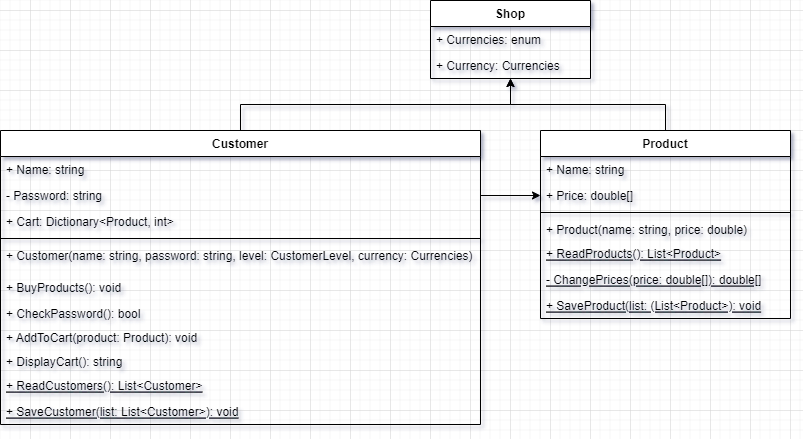
The draw.io diagram Labb2.drawio.png in thelilh/Labb2, before a commit. Source tidied: cells renumbered, new cells last; positions are measured from the earlier drawing's top-left corner, leaving out a move shared by most shapes.
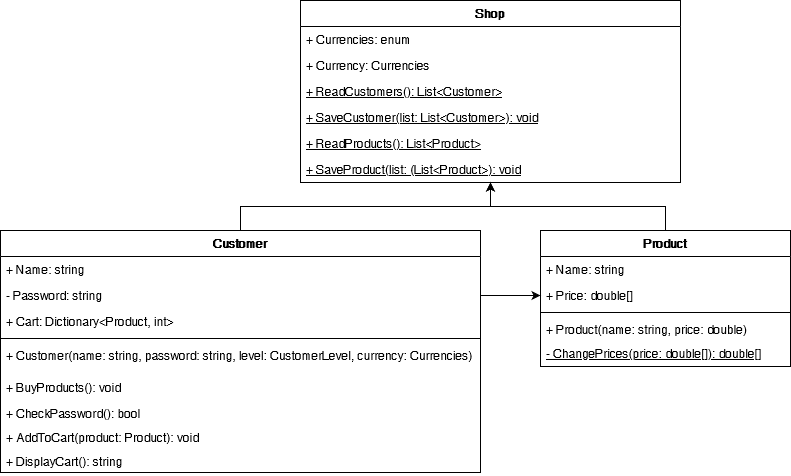
The same diagram one commit later.

Change to the diagram source:
```diff
@@ -9,7 +9,7 @@
       <mxGeometry relative="1" as="geometry" />
     </mxCell>
     <mxCell id="4" value="Customer" style="swimlane;fontStyle=1;align=center;verticalAlign=top;horizontal=1;startSize=26;" parent="1" vertex="1">
-      <mxGeometry y="130" width="480" height="294" as="geometry" />
+      <mxGeometry y="130" width="480" height="242" as="geometry" />
     </mxCell>
     <mxCell id="5" value="+ Name: string" style="text;strokeColor=none;fillColor=none;align=left;verticalAlign=top;spacingLeft=4;spacingRight=4;overflow=hidden;" parent="4" vertex="1">
       <mxGeometry y="26" width="480" height="26" as="geometry" />
@@ -38,17 +38,11 @@
     <mxCell id="13" value="+ DisplayCart(): string" style="text;strokeColor=none;fillColor=none;align=left;verticalAlign=top;spacingLeft=4;spacingRight=4;overflow=hidden;" parent="4" vertex="1">
       <mxGeometry y="218" width="480" height="24" as="geometry" />
     </mxCell>
-    <mxCell id="14" value="+ ReadCustomers(): List&lt;Customer&gt;" style="text;strokeColor=none;fillColor=none;align=left;verticalAlign=top;spacingLeft=4;spacingRight=4;overflow=hidden;fontStyle=4;" parent="4" vertex="1">
-      <mxGeometry y="242" width="480" height="26" as="geometry" />
-    </mxCell>
-    <mxCell id="15" value="+ SaveCustomer(list: List&lt;Customer&gt;): void" style="text;strokeColor=none;fillColor=none;align=left;verticalAlign=top;spacingLeft=4;spacingRight=4;overflow=hidden;fontStyle=4;" parent="4" vertex="1">
-      <mxGeometry y="268" width="480" height="26" as="geometry" />
-    </mxCell>
     <mxCell id="16" style="edgeStyle=orthogonalEdgeStyle;rounded=0;jettySize=auto;html=1;entryX=0.5;entryY=1;entryDx=0;entryDy=0;" parent="1" edge="1" source="17" target="25">
       <mxGeometry relative="1" as="geometry" />
     </mxCell>
     <mxCell id="17" value="Product" style="swimlane;fontStyle=1;align=center;verticalAlign=top;horizontal=1;startSize=26;" parent="1" vertex="1">
-      <mxGeometry x="540" y="130" width="250" height="188" as="geometry" />
+      <mxGeometry x="540" y="130" width="250" height="136" as="geometry" />
     </mxCell>
     <mxCell id="18" value="+ Name: string" style="text;strokeColor=none;fillColor=none;align=left;verticalAlign=top;spacingLeft=4;spacingRight=4;overflow=hidden;" parent="17" vertex="1">
       <mxGeometry y="26" width="250" height="26" as="geometry" />
@@ -62,23 +56,29 @@
     <mxCell id="21" value="+ Product(name: string, price: double)" style="text;strokeColor=none;fillColor=none;align=left;verticalAlign=top;spacingLeft=4;spacingRight=4;overflow=hidden;" parent="17" vertex="1">
       <mxGeometry y="86" width="250" height="24" as="geometry" />
     </mxCell>
-    <mxCell id="22" value="+ ReadProducts(): List&lt;Product&gt;" style="text;strokeColor=none;fillColor=none;align=left;verticalAlign=top;spacingLeft=4;spacingRight=4;overflow=hidden;fontStyle=4;" parent="17" vertex="1">
-      <mxGeometry y="110" width="250" height="26" as="geometry" />
-    </mxCell>
     <mxCell id="23" value="- ChangePrices(price: double[]): double[]" style="text;strokeColor=none;fillColor=none;align=left;verticalAlign=top;spacingLeft=4;spacingRight=4;overflow=hidden;fontStyle=4;" parent="17" vertex="1">
-      <mxGeometry y="136" width="250" height="26" as="geometry" />
+      <mxGeometry y="110" width="250" height="26" as="geometry" />
     </mxCell>
-    <mxCell id="24" value="+ SaveProduct(list: (List&lt;Product&gt;): void" style="text;strokeColor=none;fillColor=none;align=left;verticalAlign=top;spacingLeft=4;spacingRight=4;overflow=hidden;fontStyle=4;" parent="17" vertex="1">
-      <mxGeometry y="162" width="250" height="26" as="geometry" />
-    </mxCell>
     <mxCell id="25" value="Shop" style="swimlane;fontStyle=1;align=center;verticalAlign=top;horizontal=1;startSize=26;" parent="1" vertex="1">
-      <mxGeometry x="430" width="160" height="78" as="geometry" />
+      <mxGeometry x="300" y="-100" width="380" height="182" as="geometry" />
     </mxCell>
     <mxCell id="26" value="+ Currencies: enum" style="text;strokeColor=none;fillColor=none;align=left;verticalAlign=top;spacingLeft=4;spacingRight=4;overflow=hidden;" parent="25" vertex="1">
-      <mxGeometry y="26" width="160" height="26" as="geometry" />
+      <mxGeometry y="26" width="380" height="26" as="geometry" />
     </mxCell>
     <mxCell id="27" value="+ Currency: Currencies" style="text;strokeColor=none;fillColor=none;align=left;verticalAlign=top;spacingLeft=4;spacingRight=4;overflow=hidden;" parent="25" vertex="1">
-      <mxGeometry y="52" width="160" height="26" as="geometry" />
+      <mxGeometry y="52" width="380" height="26" as="geometry" />
     </mxCell>
+    <mxCell id="14" value="+ ReadCustomers(): List&lt;Customer&gt;" style="text;strokeColor=none;fillColor=none;align=left;verticalAlign=top;spacingLeft=4;spacingRight=4;overflow=hidden;fontStyle=4;" parent="25" vertex="1">
+      <mxGeometry y="78" width="380" height="26" as="geometry" />
+    </mxCell>
+    <mxCell id="15" value="+ SaveCustomer(list: List&lt;Customer&gt;): void" style="text;strokeColor=none;fillColor=none;align=left;verticalAlign=top;spacingLeft=4;spacingRight=4;overflow=hidden;fontStyle=4;" parent="25" vertex="1">
+      <mxGeometry y="104" width="380" height="26" as="geometry" />
+    </mxCell>
+    <mxCell id="22" value="+ ReadProducts(): List&lt;Product&gt;" style="text;strokeColor=none;fillColor=none;align=left;verticalAlign=top;spacingLeft=4;spacingRight=4;overflow=hidden;fontStyle=4;" parent="25" vertex="1">
+      <mxGeometry y="130" width="380" height="26" as="geometry" />
+    </mxCell>
+    <mxCell id="24" value="+ SaveProduct(list: (List&lt;Product&gt;): void" style="text;strokeColor=none;fillColor=none;align=left;verticalAlign=top;spacingLeft=4;spacingRight=4;overflow=hidden;fontStyle=4;" parent="25" vertex="1">
+      <mxGeometry y="156" width="380" height="26" as="geometry" />
+    </mxCell>
   </root>
 </mxGraphModel>
```
